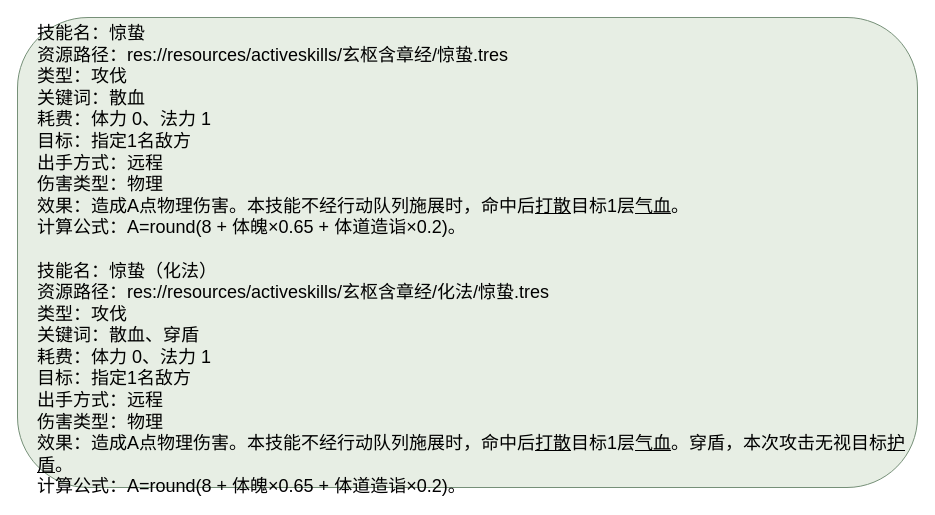
ankundanetracyc-spec/tian-guan-you-du keeps this draw.io diagram as docs/卡牌词典/秘籍技能/玄枢含章经/惊蛰.drawio. Above is the earlier version. Source tidied: cells renumbered, new cells numbered last; positions are measured from the earlier drawing's top-left corner, leaving out a move shared by most shapes. Both pictures are drawn from the tidied source at 100%, with x=0, y=0 at pixel (17, 17).
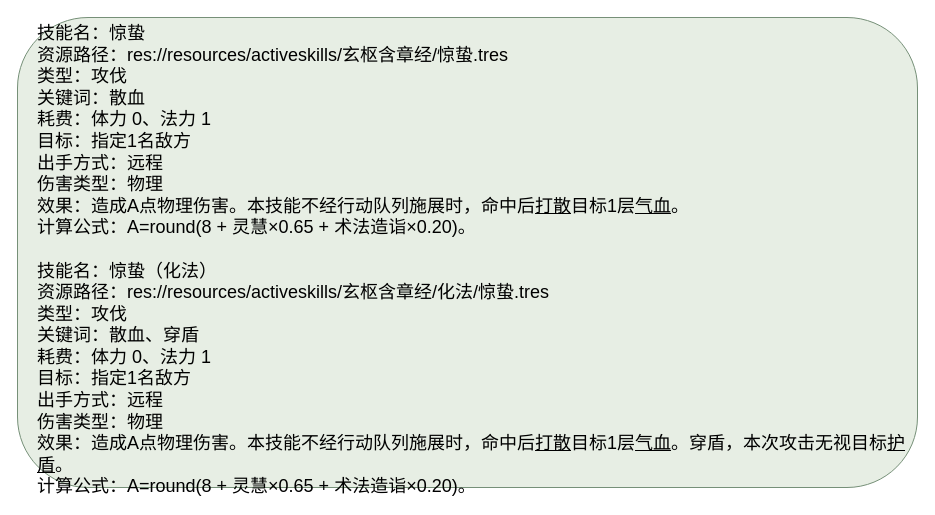
After the change.

Change to the diagram source:
```diff
@@
 <mxGraphModel>
   <root>
     <mxCell id="0" />
     <mxCell id="1" parent="0" />
-    <mxCell id="2" value="技能名：惊蛰&lt;br&gt;资源路径：res://resources/activeskills/玄枢含章经/惊蛰.tres&lt;br&gt;类型：攻伐&lt;br&gt;关键词：散血&lt;br&gt;耗费：体力 0、法力 1&lt;br&gt;目标：指定1名敌方&lt;br&gt;出手方式：远程&lt;br&gt;伤害类型：物理&lt;br&gt;效果：造成A点物理伤害。本技能不经行动队列施展时，命中后&lt;u&gt;打散&lt;/u&gt;目标1层&lt;u&gt;气血&lt;/u&gt;。&lt;br&gt;计算公式：A=round(8 + 体魄×0.65 + 体道造诣×0.2)。&lt;br&gt;&lt;br&gt;技能名：惊蛰（化法）&lt;br&gt;资源路径：res://resources/activeskills/玄枢含章经/化法/惊蛰.tres&lt;br&gt;类型：攻伐&lt;br&gt;关键词：散血、穿盾&lt;br&gt;耗费：体力 0、法力 1&lt;br&gt;目标：指定1名敌方&lt;br&gt;出手方式：远程&lt;br&gt;伤害类型：物理&lt;br&gt;效果：造成A点物理伤害。本技能不经行动队列施展时，命中后&lt;u&gt;打散&lt;/u&gt;目标1层&lt;u&gt;气血&lt;/u&gt;。穿盾，本次攻击无视目标&lt;u&gt;护盾&lt;/u&gt;。&lt;br&gt;计算公式：A=round(8 + 体魄×0.65 + 体道造诣×0.2)。" style="rounded=1;whiteSpace=wrap;html=1;fillColor=#e7eee4;strokeColor=#769078;fontSize=18;align=left;spacingLeft=18;spacingTop=16;" parent="1" vertex="1">
+    <mxCell id="2" value="技能名：惊蛰&lt;br&gt;资源路径：res://resources/activeskills/玄枢含章经/惊蛰.tres&lt;br&gt;类型：攻伐&lt;br&gt;关键词：散血&lt;br&gt;耗费：体力 0、法力 1&lt;br&gt;目标：指定1名敌方&lt;br&gt;出手方式：远程&lt;br&gt;伤害类型：物理&lt;br&gt;效果：造成A点物理伤害。本技能不经行动队列施展时，命中后&lt;u&gt;打散&lt;/u&gt;目标1层&lt;u&gt;气血&lt;/u&gt;。&lt;br&gt;计算公式：A=round(8 + 灵慧×0.65 + 术法造诣×0.20)。&lt;br&gt;&lt;br&gt;技能名：惊蛰（化法）&lt;br&gt;资源路径：res://resources/activeskills/玄枢含章经/化法/惊蛰.tres&lt;br&gt;类型：攻伐&lt;br&gt;关键词：散血、穿盾&lt;br&gt;耗费：体力 0、法力 1&lt;br&gt;目标：指定1名敌方&lt;br&gt;出手方式：远程&lt;br&gt;伤害类型：物理&lt;br&gt;效果：造成A点物理伤害。本技能不经行动队列施展时，命中后&lt;u&gt;打散&lt;/u&gt;目标1层&lt;u&gt;气血&lt;/u&gt;。穿盾，本次攻击无视目标&lt;u&gt;护盾&lt;/u&gt;。&lt;br&gt;计算公式：A=round(8 + 灵慧×0.65 + 术法造诣×0.20)。" style="rounded=1;whiteSpace=wrap;html=1;fillColor=#e7eee4;strokeColor=#769078;fontSize=18;align=left;spacingLeft=18;spacingTop=16;" parent="1" vertex="1">
       <mxGeometry width="900" height="470" as="geometry" />
     </mxCell>
   </root>
 </mxGraphModel>
```
